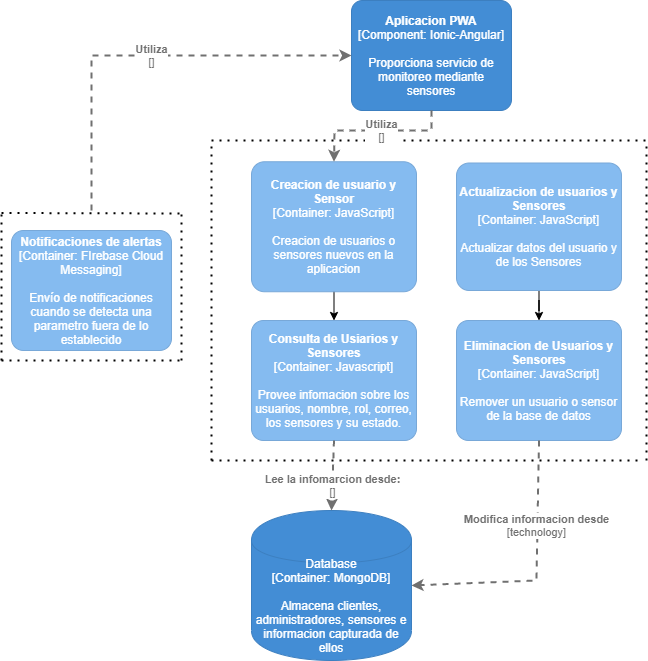
abraham22rodriguez/AnalisisAvanzadoDeSoftware_AbrahamRodriguez keeps this draw.io diagram as images/DiagramaComponentes.drawio.png. Above is the earlier version. Source tidied: cells renumbered, new cells last; positions are measured from the earlier drawing's top-left corner, leaving out a move shared by most shapes.
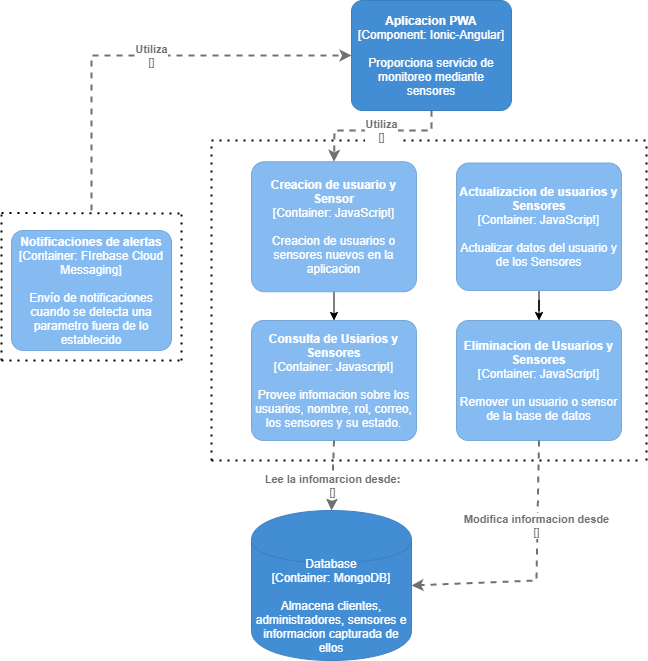
Later version of the same file.

Change to the diagram source:
```diff
@@ -85,7 +85,7 @@
         </mxGeometry>
       </mxCell>
     </object>
-    <object id="17" label="&lt;div style=&quot;text-align: left&quot;&gt;&lt;div style=&quot;text-align: center&quot;&gt;&lt;b&gt;%c4Description%&lt;/b&gt;&lt;/div&gt;&lt;div style=&quot;text-align: center&quot;&gt;[%c4Technology%]&lt;/div&gt;&lt;/div&gt;" c4Description="Modifica informacion desde" c4Technology="technology" c4Type="Relationship" placeholders="1">
+    <object id="17" label="&lt;div style=&quot;text-align: left&quot;&gt;&lt;div style=&quot;text-align: center&quot;&gt;&lt;b&gt;%c4Description%&lt;/b&gt;&lt;/div&gt;&lt;div style=&quot;text-align: center&quot;&gt;[%c4Technology%]&lt;/div&gt;&lt;/div&gt;" c4Description="Modifica informacion desde" c4Technology="" c4Type="Relationship" placeholders="1">
       <mxCell style="edgeStyle=none;rounded=0;html=1;jettySize=auto;strokeColor=#707070;strokeWidth=2;fontColor=#707070;jumpStyle=none;dashed=1;metaData={&quot;c4Type&quot;:{&quot;editable&quot;:false}};exitX=0.5;exitY=1;exitDx=0;exitDy=0;exitPerimeter=0;entryX=1;entryY=0.5;entryDx=0;entryDy=0;entryPerimeter=0;" parent="1" edge="1" source="14">
         <mxGeometry x="-0.36" y="-1" relative="1" as="geometry">
           <mxPoint x="410" y="585" as="targetPoint" />
```
